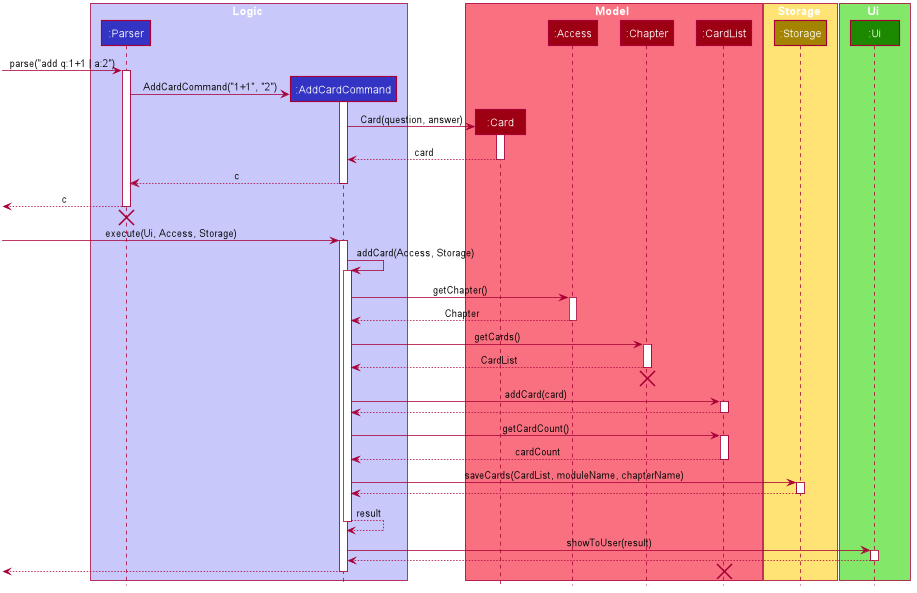
The PlantUML diagram docs/DG_Images/AddCardSequenceDiagram.png in nus-cs2113-AY2021S1/tp, before a commit.
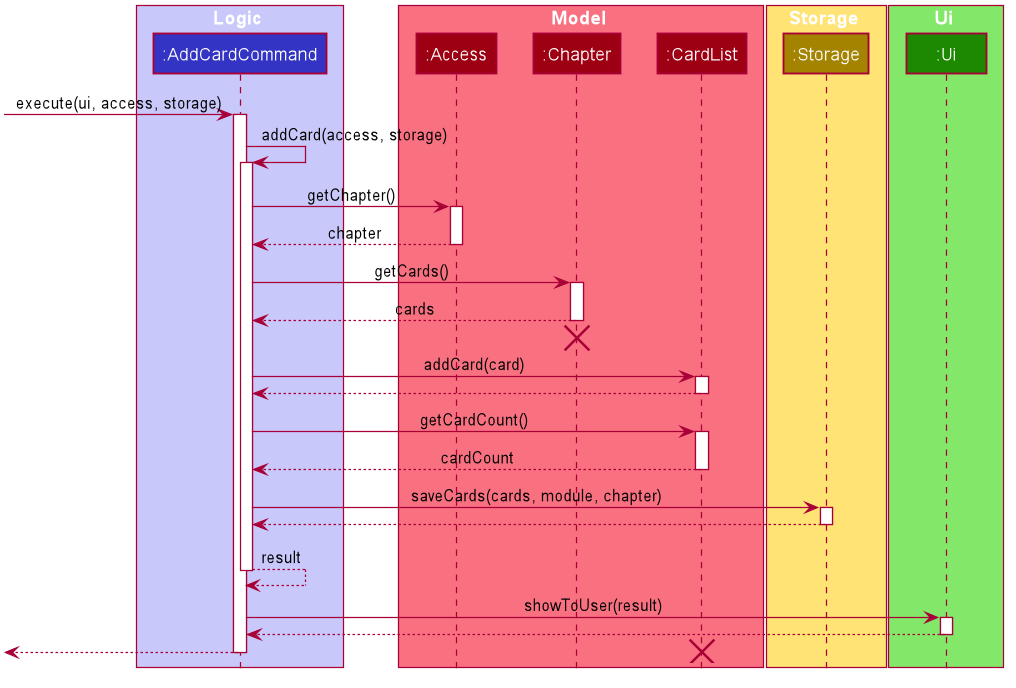
After the commit.

What changed in the source:
```diff
@@ -43,18 +43,18 @@
 skinparam Shadowing false
 skinparam DefaultTextAlignment center
 skinparam packageStyle Rectangle
+skinparam classAttributeIconSize 0
+skinparam classAttributeFontColor white
 
 hide footbox
 hide members
 hide circle
 
 box Logic #C8C8FA
-participant ":Parser" as Parser #3333C4
 participant ":AddCardCommand" as AddCardCommand #3333C4
 end box
 
 box Model #F97181
-participant ":Card" as Card #9D0012
 participant ":Access" as Access #9D0012
 participant ":Chapter" as Chapter #9D0012
 participant ":CardList" as CardList #9D0012
@@ -68,44 +68,22 @@
 participant ":Ui" as Ui #1D8900
 end box
 
-[-> Parser : parse("add q:1+1 | a:2")
-activate Parser
-
-create AddCardCommand
-Parser -> AddCardCommand : AddCardCommand("1+1", "2")
+[-> AddCardCommand : execute(ui, access, storage)
 activate AddCardCommand
 
-create Card
-AddCardCommand -> Card : Card(question, answer)
-activate Card
-
-Card --> AddCardCommand : card
-deactivate Card
-
-AddCardCommand --> Parser : c
-deactivate AddCardCommand
-
-[<-- Parser : c
-deactivate Parser
-[<-[hidden]- Parser
-destroy Parser
-
-[-> AddCardCommand : execute(Ui, Access, Storage)
-activate AddCardCommand
-
-AddCardCommand -> AddCardCommand : addCard(Access, Storage)
+AddCardCommand -> AddCardCommand : addCard(access, storage)
 activate AddCardCommand
 
 AddCardCommand -> Access : getChapter()
 activate Access
 
-Access --> AddCardCommand : Chapter
+Access --> AddCardCommand : chapter
 deactivate Access
 
 AddCardCommand -> Chapter : getCards()
 activate Chapter
 
-Chapter --> AddCardCommand : CardList
+Chapter --> AddCardCommand : cards
 deactivate Chapter
 [<-[hidden]- AddCardCommand
 destroy Chapter
@@ -122,7 +100,7 @@
 CardList --> AddCardCommand : cardCount
 deactivate CardList
 
-AddCardCommand -> Storage : saveCards(CardList, moduleName, chapterName)
+AddCardCommand -> Storage : saveCards(cards, module, chapter)
 activate Storage
 
 Storage --> AddCardCommand
```
